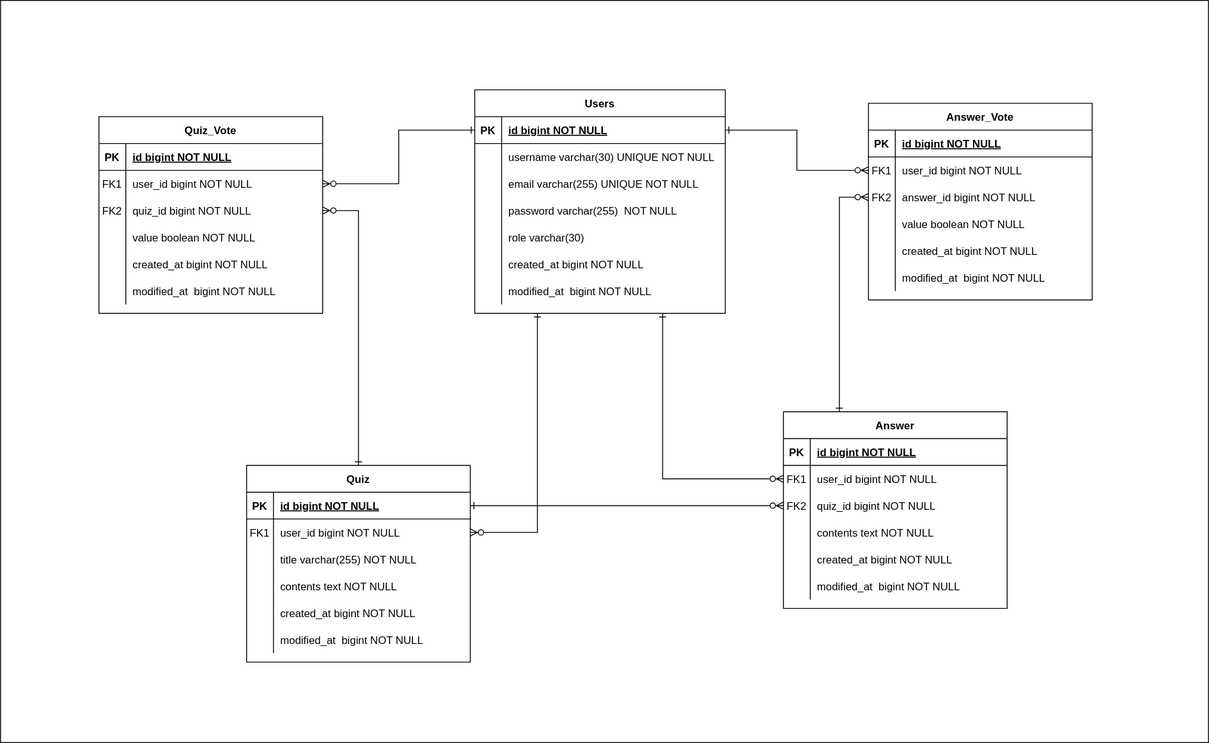
The draw.io diagram document/erd.svg in leesh5000/Quiz-Moa-BE, before a commit. Source tidied: cells renumbered, new cells last; positions are measured from the earlier drawing's top-left corner, leaving out a move shared by most shapes.
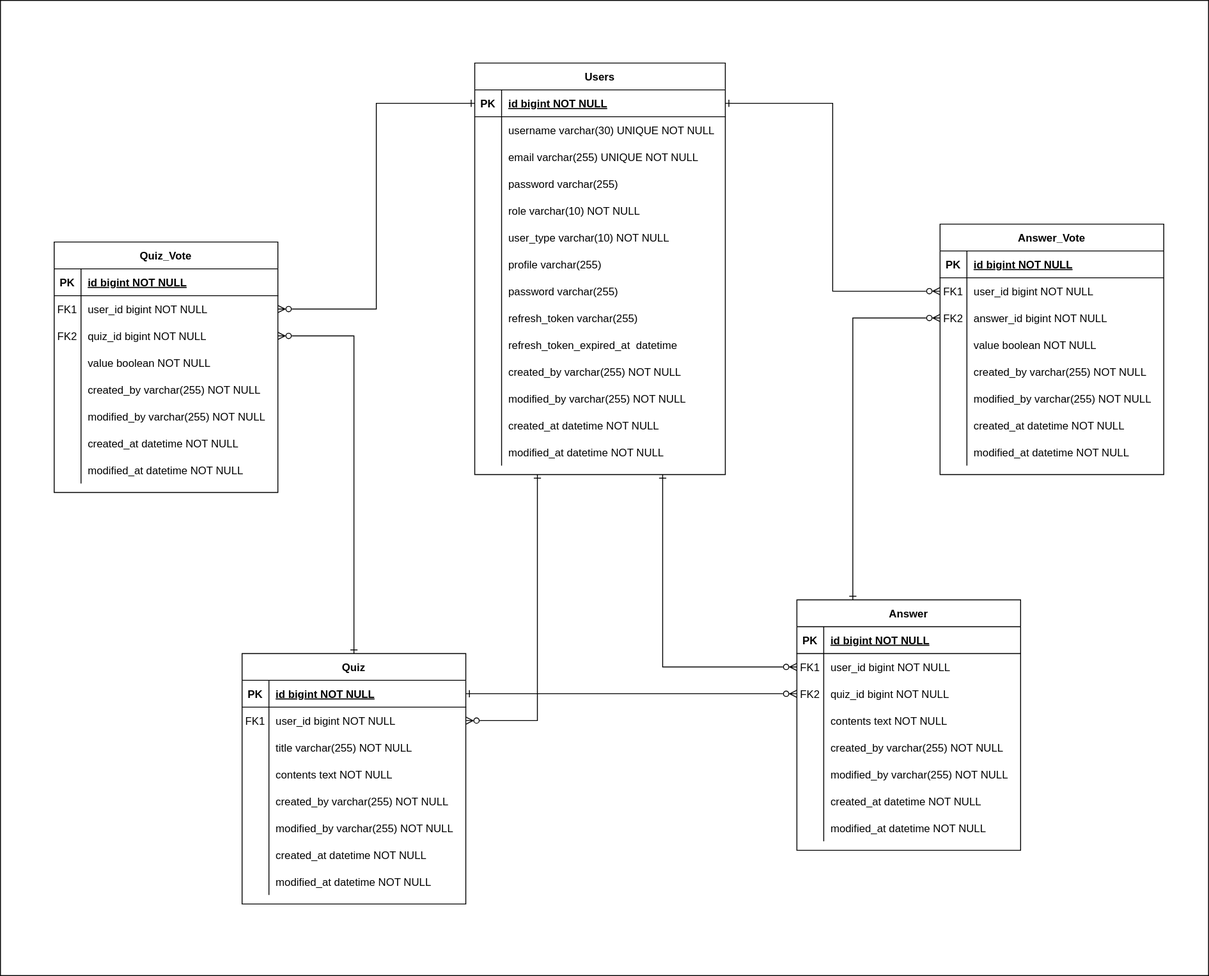
Above is the later version.

Diff of the diagram source:
```diff
@@ -5,6 +5,6 @@
     <mxCell id="2" style="rounded=0;whiteSpace=wrap;html=1;" parent="1" vertex="1">
-      <mxGeometry width="1350" height="830" as="geometry" />
+      <mxGeometry y="-260" width="1350" height="1090" as="geometry" />
     </mxCell>
     <mxCell id="3" value="Quiz" style="shape=table;startSize=30;rowLines=0;fontStyle=1;align=center;" parent="1" vertex="1">
-      <mxGeometry x="275" y="520" width="250" height="220" as="geometry" />
+      <mxGeometry x="270" y="470" width="250" height="280" as="geometry" />
     </mxCell>
@@ -52,3 +52,3 @@
     </mxCell>
-    <mxCell id="18" value="created_at bigint NOT NULL" style="shape=partialRectangle;overflow=hidden;fillColor=none;top=0;left=0;bottom=0;right=0;align=left;spacingLeft=6;" parent="16" vertex="1">
+    <mxCell id="18" value="created_by varchar(255) NOT NULL" style="shape=partialRectangle;overflow=hidden;fillColor=none;top=0;left=0;bottom=0;right=0;align=left;spacingLeft=6;" parent="16" vertex="1">
       <mxGeometry x="30" width="220" height="30" as="geometry" />
@@ -61,7 +61,25 @@
     </mxCell>
-    <mxCell id="21" value="modified_at  bigint NOT NULL" style="shape=partialRectangle;overflow=hidden;fillColor=none;top=0;left=0;bottom=0;right=0;align=left;spacingLeft=6;" parent="19" vertex="1">
+    <mxCell id="21" value="modified_by varchar(255) NOT NULL" style="shape=partialRectangle;overflow=hidden;fillColor=none;top=0;left=0;bottom=0;right=0;align=left;spacingLeft=6;" parent="19" vertex="1">
       <mxGeometry x="30" width="220" height="30" as="geometry" />
     </mxCell>
+    <mxCell id="108" style="shape=partialRectangle;fillColor=none;top=0;left=0;right=0;bottom=0;" parent="3" vertex="1">
+      <mxGeometry y="210" width="250" height="30" as="geometry" />
+    </mxCell>
+    <mxCell id="109" style="shape=partialRectangle;overflow=hidden;fillColor=none;top=0;left=0;bottom=0;right=0;" parent="108" vertex="1">
+      <mxGeometry width="30" height="30" as="geometry" />
+    </mxCell>
+    <mxCell id="110" value="created_at datetime NOT NULL" style="shape=partialRectangle;overflow=hidden;fillColor=none;top=0;left=0;bottom=0;right=0;align=left;spacingLeft=6;" parent="108" vertex="1">
+      <mxGeometry x="30" width="220" height="30" as="geometry" />
+    </mxCell>
+    <mxCell id="111" style="shape=partialRectangle;fillColor=none;top=0;left=0;right=0;bottom=0;" parent="3" vertex="1">
+      <mxGeometry y="240" width="250" height="30" as="geometry" />
+    </mxCell>
+    <mxCell id="112" style="shape=partialRectangle;overflow=hidden;fillColor=none;top=0;left=0;bottom=0;right=0;" parent="111" vertex="1">
+      <mxGeometry width="30" height="30" as="geometry" />
+    </mxCell>
+    <mxCell id="113" value="modified_at datetime NOT NULL" style="shape=partialRectangle;overflow=hidden;fillColor=none;top=0;left=0;bottom=0;right=0;align=left;spacingLeft=6;" parent="111" vertex="1">
+      <mxGeometry x="30" width="220" height="30" as="geometry" />
+    </mxCell>
     <mxCell id="22" value="Answer" style="shape=table;startSize=30;rowLines=0;fontStyle=1;align=center;" parent="1" vertex="1">
-      <mxGeometry x="875" y="460" width="250" height="220" as="geometry" />
+      <mxGeometry x="890" y="410" width="250" height="280" as="geometry" />
     </mxCell>
@@ -109,3 +127,3 @@
     </mxCell>
-    <mxCell id="37" value="created_at bigint NOT NULL" style="shape=partialRectangle;overflow=hidden;fillColor=none;top=0;left=0;bottom=0;right=0;align=left;spacingLeft=6;" parent="35" vertex="1">
+    <mxCell id="37" value="created_by varchar(255) NOT NULL" style="shape=partialRectangle;overflow=hidden;fillColor=none;top=0;left=0;bottom=0;right=0;align=left;spacingLeft=6;" parent="35" vertex="1">
       <mxGeometry x="30" width="220" height="30" as="geometry" />
@@ -118,7 +136,25 @@
     </mxCell>
-    <mxCell id="40" value="modified_at  bigint NOT NULL" style="shape=partialRectangle;overflow=hidden;fillColor=none;top=0;left=0;bottom=0;right=0;align=left;spacingLeft=6;" parent="38" vertex="1">
+    <mxCell id="40" value="modified_by varchar(255) NOT NULL" style="shape=partialRectangle;overflow=hidden;fillColor=none;top=0;left=0;bottom=0;right=0;align=left;spacingLeft=6;" parent="38" vertex="1">
       <mxGeometry x="30" width="220" height="30" as="geometry" />
     </mxCell>
+    <mxCell id="114" style="shape=partialRectangle;fillColor=none;top=0;left=0;right=0;bottom=0;" parent="22" vertex="1">
+      <mxGeometry y="210" width="250" height="30" as="geometry" />
+    </mxCell>
+    <mxCell id="115" style="shape=partialRectangle;overflow=hidden;fillColor=none;top=0;left=0;bottom=0;right=0;" parent="114" vertex="1">
+      <mxGeometry width="30" height="30" as="geometry" />
+    </mxCell>
+    <mxCell id="116" value="created_at datetime NOT NULL" style="shape=partialRectangle;overflow=hidden;fillColor=none;top=0;left=0;bottom=0;right=0;align=left;spacingLeft=6;" parent="114" vertex="1">
+      <mxGeometry x="30" width="220" height="30" as="geometry" />
+    </mxCell>
+    <mxCell id="117" style="shape=partialRectangle;fillColor=none;top=0;left=0;right=0;bottom=0;" parent="22" vertex="1">
+      <mxGeometry y="240" width="250" height="30" as="geometry" />
+    </mxCell>
+    <mxCell id="118" style="shape=partialRectangle;overflow=hidden;fillColor=none;top=0;left=0;bottom=0;right=0;" parent="117" vertex="1">
+      <mxGeometry width="30" height="30" as="geometry" />
+    </mxCell>
+    <mxCell id="119" value="modified_at datetime NOT NULL" style="shape=partialRectangle;overflow=hidden;fillColor=none;top=0;left=0;bottom=0;right=0;align=left;spacingLeft=6;" parent="117" vertex="1">
+      <mxGeometry x="30" width="220" height="30" as="geometry" />
+    </mxCell>
     <mxCell id="41" value="Users" style="shape=table;startSize=30;rowLines=0;fontStyle=1;align=center;" parent="1" vertex="1">
-      <mxGeometry x="530" y="100" width="280" height="250" as="geometry" />
+      <mxGeometry x="530" y="-190" width="280" height="460" as="geometry" />
     </mxCell>
@@ -157,3 +193,3 @@
     </mxCell>
-    <mxCell id="53" value="password varchar(255)  NOT NULL" style="shape=partialRectangle;overflow=hidden;fillColor=none;top=0;left=0;bottom=0;right=0;align=left;spacingLeft=6;" parent="51" vertex="1">
+    <mxCell id="53" value="password varchar(255)" style="shape=partialRectangle;overflow=hidden;fillColor=none;top=0;left=0;bottom=0;right=0;align=left;spacingLeft=6;" parent="51" vertex="1">
       <mxGeometry x="30" width="250" height="30" as="geometry" />
@@ -166,3 +202,3 @@
     </mxCell>
-    <mxCell id="56" value="role varchar(30)" style="shape=partialRectangle;overflow=hidden;fillColor=none;top=0;left=0;bottom=0;right=0;align=left;spacingLeft=6;" parent="54" vertex="1">
+    <mxCell id="56" value="role varchar(10) NOT NULL" style="shape=partialRectangle;overflow=hidden;fillColor=none;top=0;left=0;bottom=0;right=0;align=left;spacingLeft=6;" parent="54" vertex="1">
       <mxGeometry x="30" width="250" height="30" as="geometry" />
@@ -175,3 +211,3 @@
     </mxCell>
-    <mxCell id="59" value="created_at bigint NOT NULL" style="shape=partialRectangle;overflow=hidden;fillColor=none;top=0;left=0;bottom=0;right=0;align=left;spacingLeft=6;" parent="57" vertex="1">
+    <mxCell id="59" value="user_type varchar(10) NOT NULL" style="shape=partialRectangle;overflow=hidden;fillColor=none;top=0;left=0;bottom=0;right=0;align=left;spacingLeft=6;" parent="57" vertex="1">
       <mxGeometry x="30" width="250" height="30" as="geometry" />
@@ -184,7 +220,70 @@
     </mxCell>
-    <mxCell id="62" value="modified_at  bigint NOT NULL" style="shape=partialRectangle;overflow=hidden;fillColor=none;top=0;left=0;bottom=0;right=0;align=left;spacingLeft=6;" parent="60" vertex="1">
+    <mxCell id="62" value="profile varchar(255)" style="shape=partialRectangle;overflow=hidden;fillColor=none;top=0;left=0;bottom=0;right=0;align=left;spacingLeft=6;" parent="60" vertex="1">
       <mxGeometry x="30" width="250" height="30" as="geometry" />
     </mxCell>
+    <mxCell id="120" style="shape=partialRectangle;fillColor=none;top=0;left=0;right=0;bottom=0;" parent="41" vertex="1">
+      <mxGeometry y="240" width="280" height="30" as="geometry" />
+    </mxCell>
+    <mxCell id="121" style="shape=partialRectangle;overflow=hidden;fillColor=none;top=0;left=0;bottom=0;right=0;" parent="120" vertex="1">
+      <mxGeometry width="30" height="30" as="geometry" />
+    </mxCell>
+    <mxCell id="122" value="password varchar(255)" style="shape=partialRectangle;overflow=hidden;fillColor=none;top=0;left=0;bottom=0;right=0;align=left;spacingLeft=6;" parent="120" vertex="1">
+      <mxGeometry x="30" width="250" height="30" as="geometry" />
+    </mxCell>
+    <mxCell id="123" style="shape=partialRectangle;fillColor=none;top=0;left=0;right=0;bottom=0;" parent="41" vertex="1">
+      <mxGeometry y="270" width="280" height="30" as="geometry" />
+    </mxCell>
+    <mxCell id="124" style="shape=partialRectangle;overflow=hidden;fillColor=none;top=0;left=0;bottom=0;right=0;" parent="123" vertex="1">
+      <mxGeometry width="30" height="30" as="geometry" />
+    </mxCell>
+    <mxCell id="125" value="refresh_token varchar(255)" style="shape=partialRectangle;overflow=hidden;fillColor=none;top=0;left=0;bottom=0;right=0;align=left;spacingLeft=6;" parent="123" vertex="1">
+      <mxGeometry x="30" width="250" height="30" as="geometry" />
+    </mxCell>
+    <mxCell id="126" style="shape=partialRectangle;fillColor=none;top=0;left=0;right=0;bottom=0;" parent="41" vertex="1">
+      <mxGeometry y="300" width="280" height="30" as="geometry" />
+    </mxCell>
+    <mxCell id="127" style="shape=partialRectangle;overflow=hidden;fillColor=none;top=0;left=0;bottom=0;right=0;" parent="126" vertex="1">
+      <mxGeometry width="30" height="30" as="geometry" />
+    </mxCell>
+    <mxCell id="128" value="refresh_token_expired_at  datetime" style="shape=partialRectangle;overflow=hidden;fillColor=none;top=0;left=0;bottom=0;right=0;align=left;spacingLeft=6;" parent="126" vertex="1">
+      <mxGeometry x="30" width="250" height="30" as="geometry" />
+    </mxCell>
+    <mxCell id="129" style="shape=partialRectangle;fillColor=none;top=0;left=0;right=0;bottom=0;" parent="41" vertex="1">
+      <mxGeometry y="330" width="280" height="30" as="geometry" />
+    </mxCell>
+    <mxCell id="130" style="shape=partialRectangle;overflow=hidden;fillColor=none;top=0;left=0;bottom=0;right=0;" parent="129" vertex="1">
+      <mxGeometry width="30" height="30" as="geometry" />
+    </mxCell>
+    <mxCell id="131" value="created_by varchar(255) NOT NULL" style="shape=partialRectangle;overflow=hidden;fillColor=none;top=0;left=0;bottom=0;right=0;align=left;spacingLeft=6;" parent="129" vertex="1">
+      <mxGeometry x="30" width="250" height="30" as="geometry" />
+    </mxCell>
+    <mxCell id="132" style="shape=partialRectangle;fillColor=none;top=0;left=0;right=0;bottom=0;" parent="41" vertex="1">
+      <mxGeometry y="360" width="280" height="30" as="geometry" />
+    </mxCell>
+    <mxCell id="133" style="shape=partialRectangle;overflow=hidden;fillColor=none;top=0;left=0;bottom=0;right=0;" parent="132" vertex="1">
+      <mxGeometry width="30" height="30" as="geometry" />
+    </mxCell>
+    <mxCell id="134" value="modified_by varchar(255) NOT NULL" style="shape=partialRectangle;overflow=hidden;fillColor=none;top=0;left=0;bottom=0;right=0;align=left;spacingLeft=6;" parent="132" vertex="1">
+      <mxGeometry x="30" width="250" height="30" as="geometry" />
+    </mxCell>
+    <mxCell id="135" style="shape=partialRectangle;fillColor=none;top=0;left=0;right=0;bottom=0;" parent="41" vertex="1">
+      <mxGeometry y="390" width="280" height="30" as="geometry" />
+    </mxCell>
+    <mxCell id="136" style="shape=partialRectangle;overflow=hidden;fillColor=none;top=0;left=0;bottom=0;right=0;" parent="135" vertex="1">
+      <mxGeometry width="30" height="30" as="geometry" />
+    </mxCell>
+    <mxCell id="137" value="created_at datetime NOT NULL" style="shape=partialRectangle;overflow=hidden;fillColor=none;top=0;left=0;bottom=0;right=0;align=left;spacingLeft=6;" parent="135" vertex="1">
+      <mxGeometry x="30" width="250" height="30" as="geometry" />
+    </mxCell>
+    <mxCell id="138" style="shape=partialRectangle;fillColor=none;top=0;left=0;right=0;bottom=0;" parent="41" vertex="1">
+      <mxGeometry y="420" width="280" height="30" as="geometry" />
+    </mxCell>
+    <mxCell id="139" style="shape=partialRectangle;overflow=hidden;fillColor=none;top=0;left=0;bottom=0;right=0;" parent="138" vertex="1">
+      <mxGeometry width="30" height="30" as="geometry" />
+    </mxCell>
+    <mxCell id="140" value="modified_at datetime NOT NULL" style="shape=partialRectangle;overflow=hidden;fillColor=none;top=0;left=0;bottom=0;right=0;align=left;spacingLeft=6;" parent="138" vertex="1">
+      <mxGeometry x="30" width="250" height="30" as="geometry" />
+    </mxCell>
     <mxCell id="63" value="Quiz_Vote" style="shape=table;startSize=30;rowLines=0;fontStyle=1;align=center;" parent="1" vertex="1">
-      <mxGeometry x="110" y="130" width="250" height="220" as="geometry" />
+      <mxGeometry x="60" y="10" width="250" height="280" as="geometry" />
     </mxCell>
@@ -232,3 +331,3 @@
     </mxCell>
-    <mxCell id="78" value="created_at bigint NOT NULL" style="shape=partialRectangle;overflow=hidden;fillColor=none;top=0;left=0;bottom=0;right=0;align=left;spacingLeft=6;" parent="76" vertex="1">
+    <mxCell id="78" value="created_by varchar(255) NOT NULL" style="shape=partialRectangle;overflow=hidden;fillColor=none;top=0;left=0;bottom=0;right=0;align=left;spacingLeft=6;" parent="76" vertex="1">
       <mxGeometry x="30" width="220" height="30" as="geometry" />
@@ -241,7 +340,25 @@
     </mxCell>
-    <mxCell id="81" value="modified_at  bigint NOT NULL" style="shape=partialRectangle;overflow=hidden;fillColor=none;top=0;left=0;bottom=0;right=0;align=left;spacingLeft=6;" parent="79" vertex="1">
+    <mxCell id="81" value="modified_by varchar(255) NOT NULL" style="shape=partialRectangle;overflow=hidden;fillColor=none;top=0;left=0;bottom=0;right=0;align=left;spacingLeft=6;" parent="79" vertex="1">
       <mxGeometry x="30" width="220" height="30" as="geometry" />
     </mxCell>
+    <mxCell id="141" style="shape=partialRectangle;fillColor=none;top=0;left=0;right=0;bottom=0;" parent="63" vertex="1">
+      <mxGeometry y="210" width="250" height="30" as="geometry" />
+    </mxCell>
+    <mxCell id="142" style="shape=partialRectangle;overflow=hidden;fillColor=none;top=0;left=0;bottom=0;right=0;" parent="141" vertex="1">
+      <mxGeometry width="30" height="30" as="geometry" />
+    </mxCell>
+    <mxCell id="143" value="created_at datetime NOT NULL" style="shape=partialRectangle;overflow=hidden;fillColor=none;top=0;left=0;bottom=0;right=0;align=left;spacingLeft=6;" parent="141" vertex="1">
+      <mxGeometry x="30" width="220" height="30" as="geometry" />
+    </mxCell>
+    <mxCell id="144" style="shape=partialRectangle;fillColor=none;top=0;left=0;right=0;bottom=0;" parent="63" vertex="1">
+      <mxGeometry y="240" width="250" height="30" as="geometry" />
+    </mxCell>
+    <mxCell id="145" style="shape=partialRectangle;overflow=hidden;fillColor=none;top=0;left=0;bottom=0;right=0;" parent="144" vertex="1">
+      <mxGeometry width="30" height="30" as="geometry" />
+    </mxCell>
+    <mxCell id="146" value="modified_at datetime NOT NULL" style="shape=partialRectangle;overflow=hidden;fillColor=none;top=0;left=0;bottom=0;right=0;align=left;spacingLeft=6;" parent="144" vertex="1">
+      <mxGeometry x="30" width="220" height="30" as="geometry" />
+    </mxCell>
     <mxCell id="82" value="Answer_Vote" style="shape=table;startSize=30;rowLines=0;fontStyle=1;align=center;" parent="1" vertex="1">
-      <mxGeometry x="970" y="115" width="250" height="220" as="geometry" />
+      <mxGeometry x="1050" y="-10" width="250" height="280" as="geometry" />
     </mxCell>
@@ -289,3 +406,3 @@
     </mxCell>
-    <mxCell id="97" value="created_at bigint NOT NULL" style="shape=partialRectangle;overflow=hidden;fillColor=none;top=0;left=0;bottom=0;right=0;align=left;spacingLeft=6;" parent="95" vertex="1">
+    <mxCell id="97" value="created_by varchar(255) NOT NULL" style="shape=partialRectangle;overflow=hidden;fillColor=none;top=0;left=0;bottom=0;right=0;align=left;spacingLeft=6;" parent="95" vertex="1">
       <mxGeometry x="30" width="220" height="30" as="geometry" />
@@ -298,5 +415,23 @@
     </mxCell>
-    <mxCell id="100" value="modified_at  bigint NOT NULL" style="shape=partialRectangle;overflow=hidden;fillColor=none;top=0;left=0;bottom=0;right=0;align=left;spacingLeft=6;" parent="98" vertex="1">
+    <mxCell id="100" value="modified_by varchar(255) NOT NULL" style="shape=partialRectangle;overflow=hidden;fillColor=none;top=0;left=0;bottom=0;right=0;align=left;spacingLeft=6;" parent="98" vertex="1">
       <mxGeometry x="30" width="220" height="30" as="geometry" />
     </mxCell>
+    <mxCell id="147" style="shape=partialRectangle;fillColor=none;top=0;left=0;right=0;bottom=0;" parent="82" vertex="1">
+      <mxGeometry y="210" width="250" height="30" as="geometry" />
+    </mxCell>
+    <mxCell id="148" style="shape=partialRectangle;overflow=hidden;fillColor=none;top=0;left=0;bottom=0;right=0;" parent="147" vertex="1">
+      <mxGeometry width="30" height="30" as="geometry" />
+    </mxCell>
+    <mxCell id="149" value="created_at datetime NOT NULL" style="shape=partialRectangle;overflow=hidden;fillColor=none;top=0;left=0;bottom=0;right=0;align=left;spacingLeft=6;" parent="147" vertex="1">
+      <mxGeometry x="30" width="220" height="30" as="geometry" />
+    </mxCell>
+    <mxCell id="150" style="shape=partialRectangle;fillColor=none;top=0;left=0;right=0;bottom=0;" parent="82" vertex="1">
+      <mxGeometry y="240" width="250" height="30" as="geometry" />
+    </mxCell>
+    <mxCell id="151" style="shape=partialRectangle;overflow=hidden;fillColor=none;top=0;left=0;bottom=0;right=0;" parent="150" vertex="1">
+      <mxGeometry width="30" height="30" as="geometry" />
+    </mxCell>
+    <mxCell id="152" value="modified_at datetime NOT NULL" style="shape=partialRectangle;overflow=hidden;fillColor=none;top=0;left=0;bottom=0;right=0;align=left;spacingLeft=6;" parent="150" vertex="1">
+      <mxGeometry x="30" width="220" height="30" as="geometry" />
+    </mxCell>
     <mxCell id="101" style="edgeStyle=orthogonalEdgeStyle;rounded=0;jettySize=auto;html=1;exitX=1;exitY=0.5;exitDx=0;exitDy=0;entryX=0.25;entryY=1;entryDx=0;entryDy=0;endArrow=ERone;endFill=0;startArrow=ERzeroToMany;startFill=0;" parent="1" edge="1" source="7" target="41">
```
